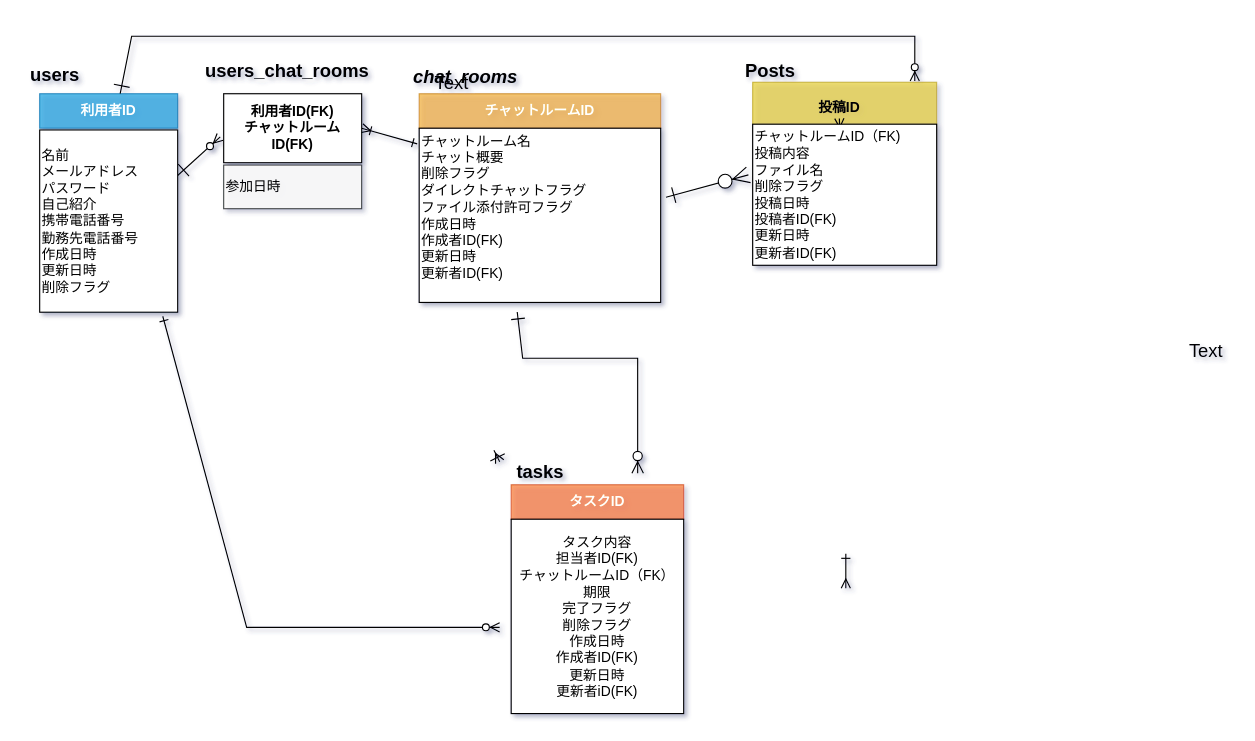
Above: db/db-challenge1/db-challenge1.drawio in Yuina1012/quelcode-db (draw.io), before the change. Source tidied: cells renumbered, new cells numbered last; positions are measured from the earlier drawing's top-left corner, leaving out a move shared by most shapes. Both pictures are drawn from the tidied source at 115%, with x=0, y=0 at pixel (20, 36).
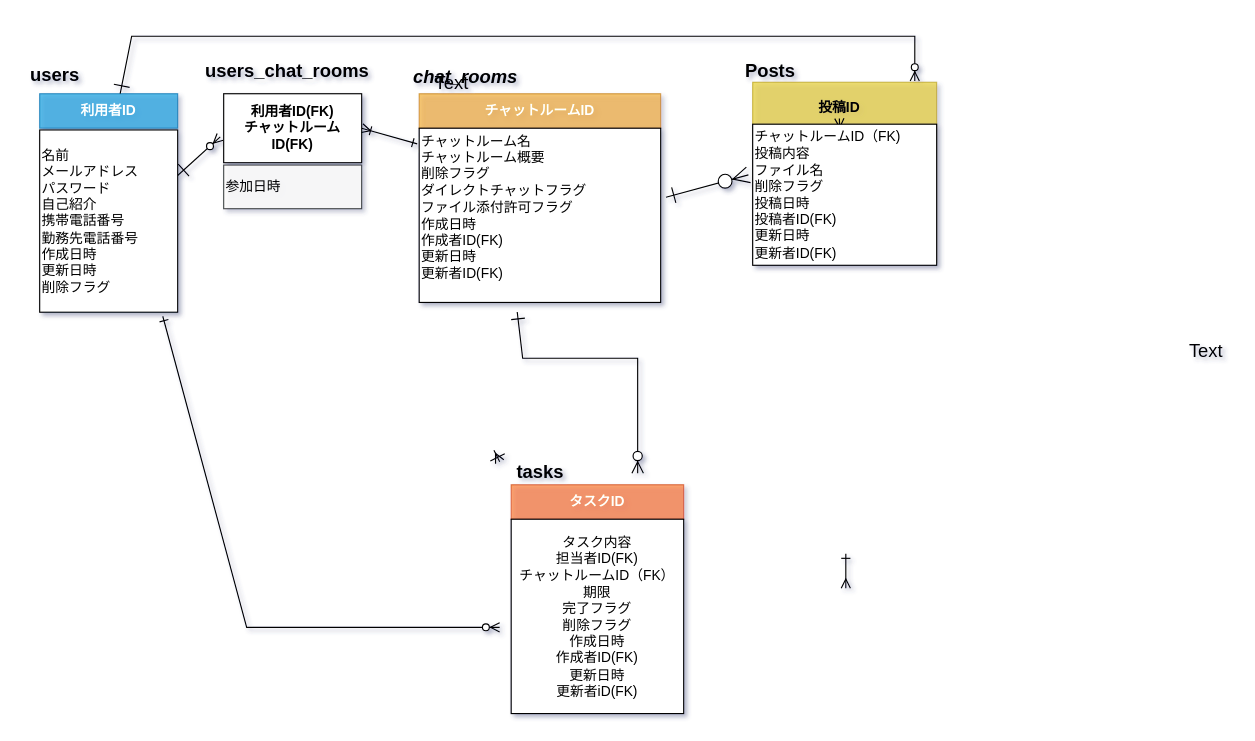
Above is the later version.

Commit message (it also covers changes not shown here):
chat_rooms チャット概要→チャットツーム概要に改訂 on_update不要部分削除

What changed in the source:
```diff
@@
-    <mxCell id="11" value="チャットルーム名&lt;br&gt;&lt;div&gt;チャット概要&lt;/div&gt;&lt;div&gt;&lt;span&gt;削除フラグ&lt;/span&gt;&lt;br&gt;&lt;/div&gt;&lt;div&gt;&lt;span&gt;ダイレクトチャットフラグ&lt;/span&gt;&lt;/div&gt;&lt;div&gt;ファイル添付許可フラグ&lt;/div&gt;&lt;div&gt;&lt;div&gt;作成日時&lt;br&gt;作成者ID(FK)&lt;br&gt;更新日時&lt;br&gt;更新者ID(FK)&lt;/div&gt;&lt;/div&gt;&lt;div&gt;&lt;br&gt;&lt;/div&gt;" style="rounded=0;whiteSpace=wrap;html=1;align=left;" parent="1" vertex="1">
+    <mxCell id="11" value="チャットルーム名&lt;br&gt;&lt;div&gt;チャットルーム概要&lt;/div&gt;&lt;div&gt;&lt;span&gt;削除フラグ&lt;/span&gt;&lt;br&gt;&lt;/div&gt;&lt;div&gt;&lt;span&gt;ダイレクトチャットフラグ&lt;/span&gt;&lt;/div&gt;&lt;div&gt;ファイル添付許可フラグ&lt;/div&gt;&lt;div&gt;&lt;div&gt;作成日時&lt;br&gt;作成者ID(FK)&lt;br&gt;更新日時&lt;br&gt;更新者ID(FK)&lt;/div&gt;&lt;/div&gt;&lt;div&gt;&lt;br&gt;&lt;/div&gt;" style="rounded=0;whiteSpace=wrap;html=1;align=left;" parent="1" vertex="1">
       <mxGeometry x="347" y="80" width="210" height="151.5" as="geometry" />
     </mxCell>
```
